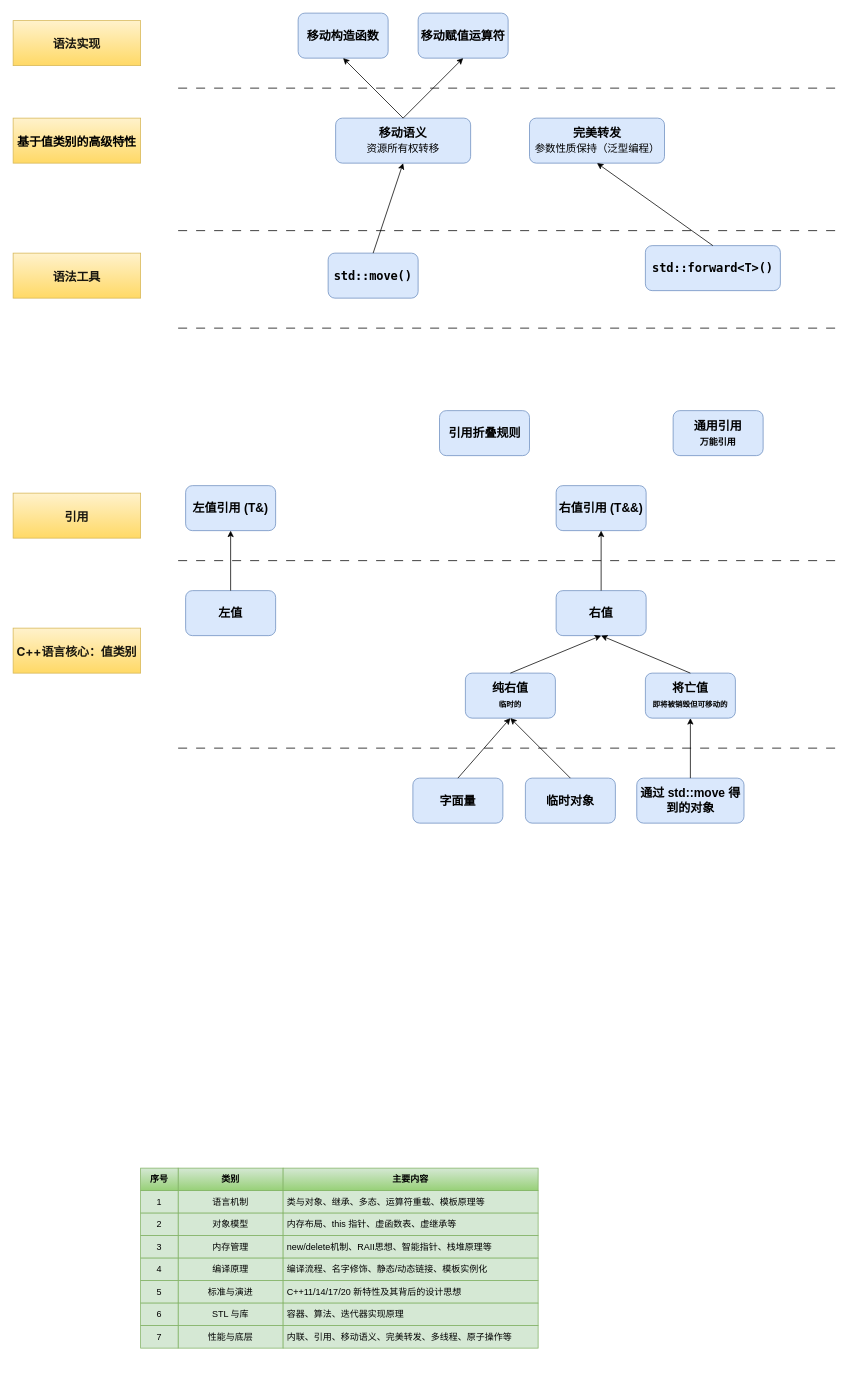
Earlier version of the draw.io diagram C++原理.drawio (wangxiaokun/mypic). Source tidied: cells renumbered, new cells numbered last; positions are measured from the earlier drawing's top-left corner, leaving out a move shared by most shapes. Both pictures are drawn from the tidied source at 75%, with x=0, y=0 at pixel (13, 13).
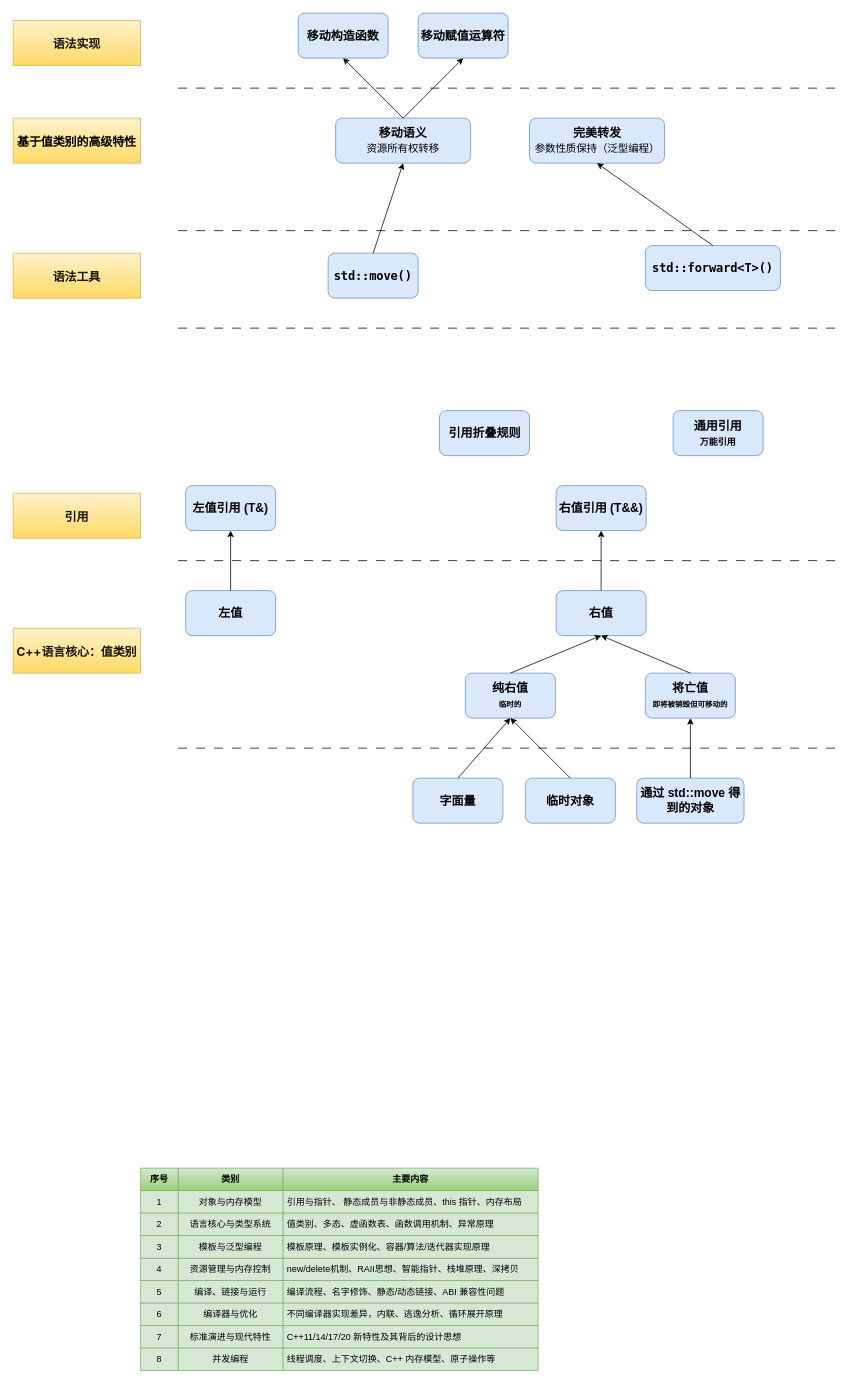
The same page after the edit.

What changed in the source:
```diff
@@
-    <mxCell id="40" value="语言机制" style="rounded=0;whiteSpace=wrap;html=1;fillColor=#d5e8d4;strokeColor=#82b366;" parent="1" vertex="1">
+    <mxCell id="40" value="对象与内存模型" style="rounded=0;whiteSpace=wrap;html=1;fillColor=#d5e8d4;strokeColor=#82b366;" parent="1" vertex="1">
       <mxGeometry x="220" y="1570" width="140" height="30" as="geometry" />
     </mxCell>
-    <mxCell id="41" value="对象模型" style="rounded=0;whiteSpace=wrap;html=1;fillColor=#d5e8d4;strokeColor=#82b366;" parent="1" vertex="1">
+    <mxCell id="41" value="语言核心与类型系统" style="rounded=0;whiteSpace=wrap;html=1;fillColor=#d5e8d4;strokeColor=#82b366;" parent="1" vertex="1">
       <mxGeometry x="220" y="1600" width="140" height="30" as="geometry" />
     </mxCell>
-    <mxCell id="42" value="内存管理" style="rounded=0;whiteSpace=wrap;html=1;fillColor=#d5e8d4;strokeColor=#82b366;" parent="1" vertex="1">
-      <mxGeometry x="220" y="1630" width="140" height="30" as="geometry" />
+    <mxCell id="42" value="资源管理与内存控制" style="rounded=0;whiteSpace=wrap;html=1;fillColor=#d5e8d4;strokeColor=#82b366;" parent="1" vertex="1">
+      <mxGeometry x="220" y="1660" width="140" height="30" as="geometry" />
     </mxCell>
-    <mxCell id="43" value="编译原理" style="rounded=0;whiteSpace=wrap;html=1;fillColor=#d5e8d4;strokeColor=#82b366;" parent="1" vertex="1">
-      <mxGeometry x="220" y="1660" width="140" height="30" as="geometry" />
+    <mxCell id="43" value="编译、链接与运行" style="rounded=0;whiteSpace=wrap;html=1;fillColor=#d5e8d4;strokeColor=#82b366;" parent="1" vertex="1">
+      <mxGeometry x="220" y="1690" width="140" height="30" as="geometry" />
     </mxCell>
-    <mxCell id="44" value="&amp;nbsp;类与对象、继承、多态、运算符重载、模板原理等" style="rounded=0;whiteSpace=wrap;html=1;align=left;fillColor=#d5e8d4;strokeColor=#82b366;" parent="1" vertex="1">
+    <mxCell id="44" value="&amp;nbsp;引用与指针、&amp;nbsp;静态成员与非静态成员、this 指针、内存布局" style="rounded=0;whiteSpace=wrap;html=1;align=left;fillColor=#d5e8d4;strokeColor=#82b366;" parent="1" vertex="1">
       <mxGeometry x="360" y="1570" width="340" height="30" as="geometry" />
     </mxCell>
-    <mxCell id="45" value="&amp;nbsp;内存布局、this 指针、虚函数表、虚继承等" style="rounded=0;whiteSpace=wrap;html=1;align=left;fillColor=#d5e8d4;strokeColor=#82b366;" parent="1" vertex="1">
+    <mxCell id="45" value="&amp;nbsp;值类别、多态、虚函数表、函数调用机制、异常原理" style="rounded=0;whiteSpace=wrap;html=1;align=left;fillColor=#d5e8d4;strokeColor=#82b366;" parent="1" vertex="1">
       <mxGeometry x="360" y="1600" width="340" height="30" as="geometry" />
     </mxCell>
-    <mxCell id="46" value="&amp;nbsp;new/delete机制、RAII思想、智能指针、栈堆原理等" style="rounded=0;whiteSpace=wrap;html=1;align=left;fillColor=#d5e8d4;strokeColor=#82b366;" parent="1" vertex="1">
-      <mxGeometry x="360" y="1630" width="340" height="30" as="geometry" />
+    <mxCell id="46" value="&amp;nbsp;new/delete机制、RAII思想、智能指针、栈堆原理、深拷贝" style="rounded=0;whiteSpace=wrap;html=1;align=left;fillColor=#d5e8d4;strokeColor=#82b366;" parent="1" vertex="1">
+      <mxGeometry x="360" y="1660" width="340" height="30" as="geometry" />
     </mxCell>
-    <mxCell id="47" value="&amp;nbsp;编译流程、名字修饰、静态/动态链接、模板实例化" style="rounded=0;whiteSpace=wrap;html=1;align=left;fillColor=#d5e8d4;strokeColor=#82b366;" parent="1" vertex="1">
-      <mxGeometry x="360" y="1660" width="340" height="30" as="geometry" />
+    <mxCell id="47" value="&amp;nbsp;编译流程、名字修饰、静态/动态链接、ABI 兼容性问题" style="rounded=0;whiteSpace=wrap;html=1;align=left;fillColor=#d5e8d4;strokeColor=#82b366;" parent="1" vertex="1">
+      <mxGeometry x="360" y="1690" width="340" height="30" as="geometry" />
     </mxCell>
@@
-    <mxCell id="52" value="3" style="rounded=0;whiteSpace=wrap;html=1;fillColor=#d5e8d4;strokeColor=#82b366;" parent="1" vertex="1">
-      <mxGeometry x="170" y="1630" width="50" height="30" as="geometry" />
+    <mxCell id="52" value="4" style="rounded=0;whiteSpace=wrap;html=1;fillColor=#d5e8d4;strokeColor=#82b366;" parent="1" vertex="1">
+      <mxGeometry x="170" y="1660" width="50" height="30" as="geometry" />
     </mxCell>
-    <mxCell id="53" value="4" style="rounded=0;whiteSpace=wrap;html=1;fillColor=#d5e8d4;strokeColor=#82b366;" parent="1" vertex="1">
-      <mxGeometry x="170" y="1660" width="50" height="30" as="geometry" />
+    <mxCell id="53" value="5" style="rounded=0;whiteSpace=wrap;html=1;fillColor=#d5e8d4;strokeColor=#82b366;" parent="1" vertex="1">
+      <mxGeometry x="170" y="1690" width="50" height="30" as="geometry" />
     </mxCell>
@@
-    <mxCell id="55" value="标准与演进" style="rounded=0;whiteSpace=wrap;html=1;fillColor=#d5e8d4;strokeColor=#82b366;" parent="1" vertex="1">
-      <mxGeometry x="220" y="1690" width="140" height="30" as="geometry" />
+    <mxCell id="55" value="标准演进与现代特性" style="rounded=0;whiteSpace=wrap;html=1;fillColor=#d5e8d4;strokeColor=#82b366;" parent="1" vertex="1">
+      <mxGeometry x="220" y="1750" width="140" height="30" as="geometry" />
     </mxCell>
     <mxCell id="56" value="&amp;nbsp;C++11/14/17/20 新特性及其背后的设计思想" style="rounded=0;whiteSpace=wrap;html=1;align=left;fillColor=#d5e8d4;strokeColor=#82b366;" parent="1" vertex="1">
-      <mxGeometry x="360" y="1690" width="340" height="30" as="geometry" />
+      <mxGeometry x="360" y="1750" width="340" height="30" as="geometry" />
     </mxCell>
-    <mxCell id="57" value="5" style="rounded=0;whiteSpace=wrap;html=1;fillColor=#d5e8d4;strokeColor=#82b366;" parent="1" vertex="1">
-      <mxGeometry x="170" y="1690" width="50" height="30" as="geometry" />
+    <mxCell id="57" value="7" style="rounded=0;whiteSpace=wrap;html=1;fillColor=#d5e8d4;strokeColor=#82b366;" parent="1" vertex="1">
+      <mxGeometry x="170" y="1750" width="50" height="30" as="geometry" />
     </mxCell>
-    <mxCell id="58" value="STL 与库" style="rounded=0;whiteSpace=wrap;html=1;fillColor=#d5e8d4;strokeColor=#82b366;" parent="1" vertex="1">
-      <mxGeometry x="220" y="1720" width="140" height="30" as="geometry" />
+    <mxCell id="58" value="模板与泛型编程" style="rounded=0;whiteSpace=wrap;html=1;fillColor=#d5e8d4;strokeColor=#82b366;" parent="1" vertex="1">
+      <mxGeometry x="220" y="1630" width="140" height="30" as="geometry" />
     </mxCell>
-    <mxCell id="59" value="&amp;nbsp;容器、算法、迭代器实现原理" style="rounded=0;whiteSpace=wrap;html=1;align=left;fillColor=#d5e8d4;strokeColor=#82b366;" parent="1" vertex="1">
-      <mxGeometry x="360" y="1720" width="340" height="30" as="geometry" />
+    <mxCell id="59" value="&amp;nbsp;模板原理、模板实例化、容器/算法/迭代器实现原理" style="rounded=0;whiteSpace=wrap;html=1;align=left;fillColor=#d5e8d4;strokeColor=#82b366;" parent="1" vertex="1">
+      <mxGeometry x="360" y="1630" width="340" height="30" as="geometry" />
     </mxCell>
-    <mxCell id="60" value="6" style="rounded=0;whiteSpace=wrap;html=1;fillColor=#d5e8d4;strokeColor=#82b366;" parent="1" vertex="1">
-      <mxGeometry x="170" y="1720" width="50" height="30" as="geometry" />
+    <mxCell id="60" value="3" style="rounded=0;whiteSpace=wrap;html=1;fillColor=#d5e8d4;strokeColor=#82b366;" parent="1" vertex="1">
+      <mxGeometry x="170" y="1630" width="50" height="30" as="geometry" />
     </mxCell>
-    <mxCell id="61" value="性能与底层" style="rounded=0;whiteSpace=wrap;html=1;fillColor=#d5e8d4;strokeColor=#82b366;" parent="1" vertex="1">
-      <mxGeometry x="220" y="1750" width="140" height="30" as="geometry" />
+    <mxCell id="61" value="编译器与优化" style="rounded=0;whiteSpace=wrap;html=1;fillColor=#d5e8d4;strokeColor=#82b366;" parent="1" vertex="1">
+      <mxGeometry x="220" y="1720" width="140" height="30" as="geometry" />
     </mxCell>
-    <mxCell id="62" value="&amp;nbsp;内联、引用、移动语义、完美转发、多线程、原子操作等" style="rounded=0;whiteSpace=wrap;html=1;align=left;fillColor=#d5e8d4;strokeColor=#82b366;" parent="1" vertex="1">
-      <mxGeometry x="360" y="1750" width="340" height="30" as="geometry" />
+    <mxCell id="62" value="&amp;nbsp;不同编译器实现差异，内联、逃逸分析、循环展开原理" style="rounded=0;whiteSpace=wrap;html=1;align=left;fillColor=#d5e8d4;strokeColor=#82b366;" parent="1" vertex="1">
+      <mxGeometry x="360" y="1720" width="340" height="30" as="geometry" />
     </mxCell>
-    <mxCell id="63" value="7" style="rounded=0;whiteSpace=wrap;html=1;fillColor=#d5e8d4;strokeColor=#82b366;" parent="1" vertex="1">
-      <mxGeometry x="170" y="1750" width="50" height="30" as="geometry" />
+    <mxCell id="63" value="6" style="rounded=0;whiteSpace=wrap;html=1;fillColor=#d5e8d4;strokeColor=#82b366;" parent="1" vertex="1">
+      <mxGeometry x="170" y="1720" width="50" height="30" as="geometry" />
     </mxCell>
+    <mxCell id="64" value="并发编程" style="rounded=0;whiteSpace=wrap;html=1;fillColor=#d5e8d4;strokeColor=#82b366;" parent="1" vertex="1">
+      <mxGeometry x="220" y="1780" width="140" height="30" as="geometry" />
+    </mxCell>
+    <mxCell id="65" value="&amp;nbsp;线程调度、上下文切换、C++ 内存模型、原子操作等" style="rounded=0;whiteSpace=wrap;html=1;align=left;fillColor=#d5e8d4;strokeColor=#82b366;" parent="1" vertex="1">
+      <mxGeometry x="360" y="1780" width="340" height="30" as="geometry" />
+    </mxCell>
+    <mxCell id="66" value="8" style="rounded=0;whiteSpace=wrap;html=1;fillColor=#d5e8d4;strokeColor=#82b366;" parent="1" vertex="1">
+      <mxGeometry x="170" y="1780" width="50" height="30" as="geometry" />
+    </mxCell>
```
